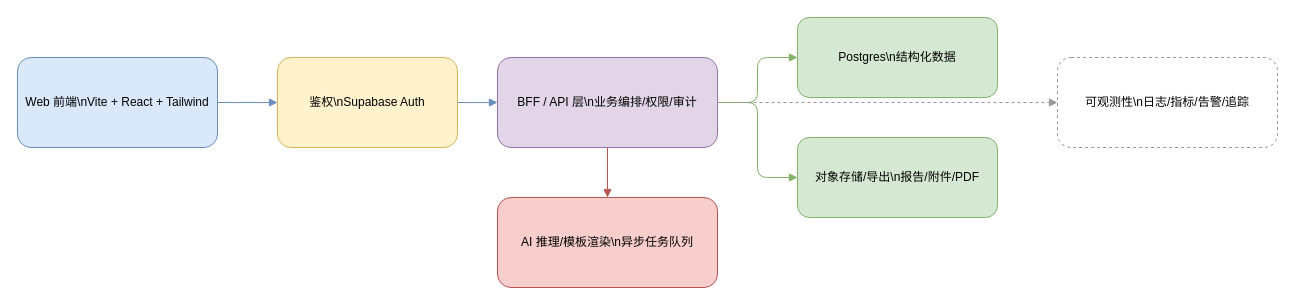
xiqing21/smart-report keeps this draw.io diagram as reporting/技术架构-简版.drawio. Above is the earlier version. Source tidied: cells renumbered, new cells numbered last; positions are measured from the earlier drawing's top-left corner, leaving out a move shared by most shapes. Both pictures are drawn from the tidied source at 100%, with x=0, y=0 at pixel (17, 17).
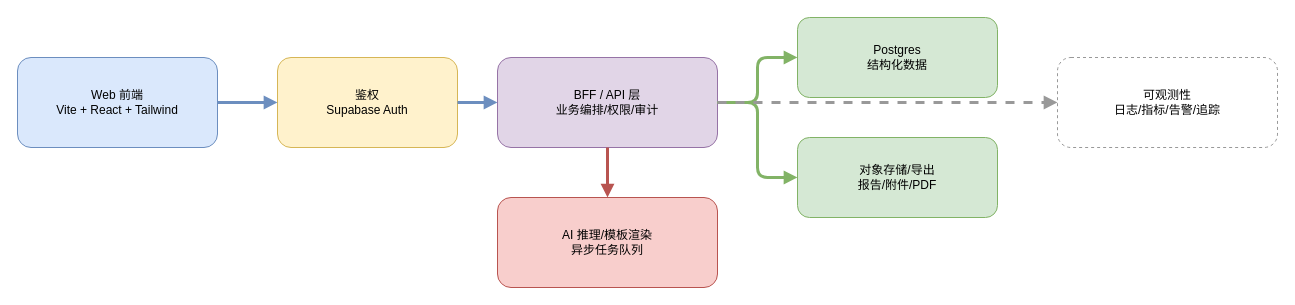
Above is the later version.

Diff of the diagram source:
```diff
@@
 <mxGraphModel>
   <root>
     <mxCell id="0" />
     <mxCell id="1" parent="0" />
-    <mxCell id="2" value="Web 前端\nVite + React + Tailwind" style="rounded=1;whiteSpace=wrap;html=1;fillColor=#dae8fc;strokeColor=#6c8ebf;" parent="1" vertex="1">
+    <mxCell id="2" value="Web 前端&lt;div&gt;Vite + React + Tailwind&lt;/div&gt;" style="rounded=1;whiteSpace=wrap;html=1;fillColor=#dae8fc;strokeColor=#6c8ebf;" parent="1" vertex="1">
       <mxGeometry y="40" width="200" height="90" as="geometry" />
     </mxCell>
-    <mxCell id="3" value="鉴权\nSupabase Auth" style="rounded=1;whiteSpace=wrap;html=1;fillColor=#fff2cc;strokeColor=#d6b656;" parent="1" vertex="1">
+    <mxCell id="3" value="鉴权&lt;div&gt;Supabase Auth&lt;/div&gt;" style="rounded=1;whiteSpace=wrap;html=1;fillColor=#fff2cc;strokeColor=#d6b656;" parent="1" vertex="1">
       <mxGeometry x="260" y="40" width="180" height="90" as="geometry" />
     </mxCell>
-    <mxCell id="4" value="BFF / API 层\n业务编排/权限/审计" style="rounded=1;whiteSpace=wrap;html=1;fillColor=#e1d5e7;strokeColor=#9673a6;" parent="1" vertex="1">
+    <mxCell id="4" value="BFF / API 层&lt;div&gt;业务编排/权限/审计&lt;/div&gt;" style="rounded=1;whiteSpace=wrap;html=1;fillColor=#e1d5e7;strokeColor=#9673a6;" parent="1" vertex="1">
       <mxGeometry x="480" y="40" width="220" height="90" as="geometry" />
     </mxCell>
-    <mxCell id="5" value="Postgres\n结构化数据" style="rounded=1;whiteSpace=wrap;html=1;fillColor=#d5e8d4;strokeColor=#82b366;" parent="1" vertex="1">
+    <mxCell id="5" value="Postgres&lt;div&gt;结构化数据&lt;/div&gt;" style="rounded=1;whiteSpace=wrap;html=1;fillColor=#d5e8d4;strokeColor=#82b366;" parent="1" vertex="1">
       <mxGeometry x="780" width="200" height="80" as="geometry" />
     </mxCell>
-    <mxCell id="6" value="对象存储/导出\n报告/附件/PDF" style="rounded=1;whiteSpace=wrap;html=1;fillColor=#d5e8d4;strokeColor=#82b366;" parent="1" vertex="1">
+    <mxCell id="6" value="对象存储/导出&lt;div&gt;报告/附件/PDF&lt;/div&gt;" style="rounded=1;whiteSpace=wrap;html=1;fillColor=#d5e8d4;strokeColor=#82b366;" parent="1" vertex="1">
       <mxGeometry x="780" y="120" width="200" height="80" as="geometry" />
     </mxCell>
-    <mxCell id="7" value="AI 推理/模板渲染\n异步任务队列" style="rounded=1;whiteSpace=wrap;html=1;fillColor=#f8cecc;strokeColor=#b85450;" parent="1" vertex="1">
+    <mxCell id="7" value="AI 推理/模板渲染&lt;div&gt;异步任务队列&lt;/div&gt;" style="rounded=1;whiteSpace=wrap;html=1;fillColor=#f8cecc;strokeColor=#b85450;" parent="1" vertex="1">
       <mxGeometry x="480" y="180" width="220" height="90" as="geometry" />
     </mxCell>
-    <mxCell id="8" value="可观测性\n日志/指标/告警/追踪" style="rounded=1;whiteSpace=wrap;html=1;fillColor=#ffffff;strokeColor=#999999;dashed=1;" parent="1" vertex="1">
+    <mxCell id="8" value="可观测性&lt;div&gt;日志/指标/告警/追踪&lt;/div&gt;" style="rounded=1;whiteSpace=wrap;html=1;fillColor=#ffffff;strokeColor=#999999;dashed=1;" parent="1" vertex="1">
       <mxGeometry x="1040" y="40" width="220" height="90" as="geometry" />
     </mxCell>
-    <mxCell id="9" style="edgeStyle=elbowEdgeStyle;rounded=1;endArrow=block;html=1;strokeColor=#6c8ebf;" parent="1" edge="1" source="2" target="3">
+    <mxCell id="9" style="edgeStyle=elbowEdgeStyle;rounded=1;endArrow=block;html=1;strokeColor=#6c8ebf;flowAnimation=1;strokeWidth=3;" parent="1" edge="1" source="2" target="3">
       <mxGeometry relative="1" as="geometry" />
     </mxCell>
-    <mxCell id="10" style="edgeStyle=elbowEdgeStyle;rounded=1;endArrow=block;html=1;strokeColor=#6c8ebf;" parent="1" edge="1" source="3" target="4">
+    <mxCell id="10" style="edgeStyle=elbowEdgeStyle;rounded=1;endArrow=block;html=1;strokeColor=#6c8ebf;flowAnimation=1;strokeWidth=3;" parent="1" edge="1" source="3" target="4">
       <mxGeometry relative="1" as="geometry" />
     </mxCell>
-    <mxCell id="11" style="edgeStyle=elbowEdgeStyle;rounded=1;endArrow=block;html=1;strokeColor=#82b366;" parent="1" edge="1" source="4" target="5">
+    <mxCell id="11" style="edgeStyle=elbowEdgeStyle;rounded=1;endArrow=block;html=1;strokeColor=#82b366;flowAnimation=1;strokeWidth=3;" parent="1" edge="1" source="4" target="5">
       <mxGeometry relative="1" as="geometry" />
     </mxCell>
-    <mxCell id="12" style="edgeStyle=elbowEdgeStyle;rounded=1;endArrow=block;html=1;strokeColor=#82b366;" parent="1" edge="1" source="4" target="6">
+    <mxCell id="12" style="edgeStyle=elbowEdgeStyle;rounded=1;endArrow=block;html=1;strokeColor=#82b366;flowAnimation=1;strokeWidth=3;" parent="1" edge="1" source="4" target="6">
       <mxGeometry relative="1" as="geometry" />
     </mxCell>
-    <mxCell id="13" style="edgeStyle=elbowEdgeStyle;rounded=1;endArrow=block;html=1;strokeColor=#b85450;" parent="1" edge="1" source="4" target="7">
+    <mxCell id="13" style="edgeStyle=elbowEdgeStyle;rounded=1;endArrow=block;html=1;strokeColor=#b85450;flowAnimation=1;strokeWidth=3;" parent="1" edge="1" source="4" target="7">
       <mxGeometry relative="1" as="geometry" />
     </mxCell>
-    <mxCell id="14" style="edgeStyle=elbowEdgeStyle;rounded=1;endArrow=block;html=1;strokeColor=#999999;dashed=1;" parent="1" edge="1" source="4" target="8">
+    <mxCell id="14" style="edgeStyle=elbowEdgeStyle;rounded=1;endArrow=block;html=1;strokeColor=#999999;dashed=1;flowAnimation=1;strokeWidth=3;" parent="1" edge="1" source="4" target="8">
       <mxGeometry relative="1" as="geometry" />
     </mxCell>
   </root>
 </mxGraphModel>
```
